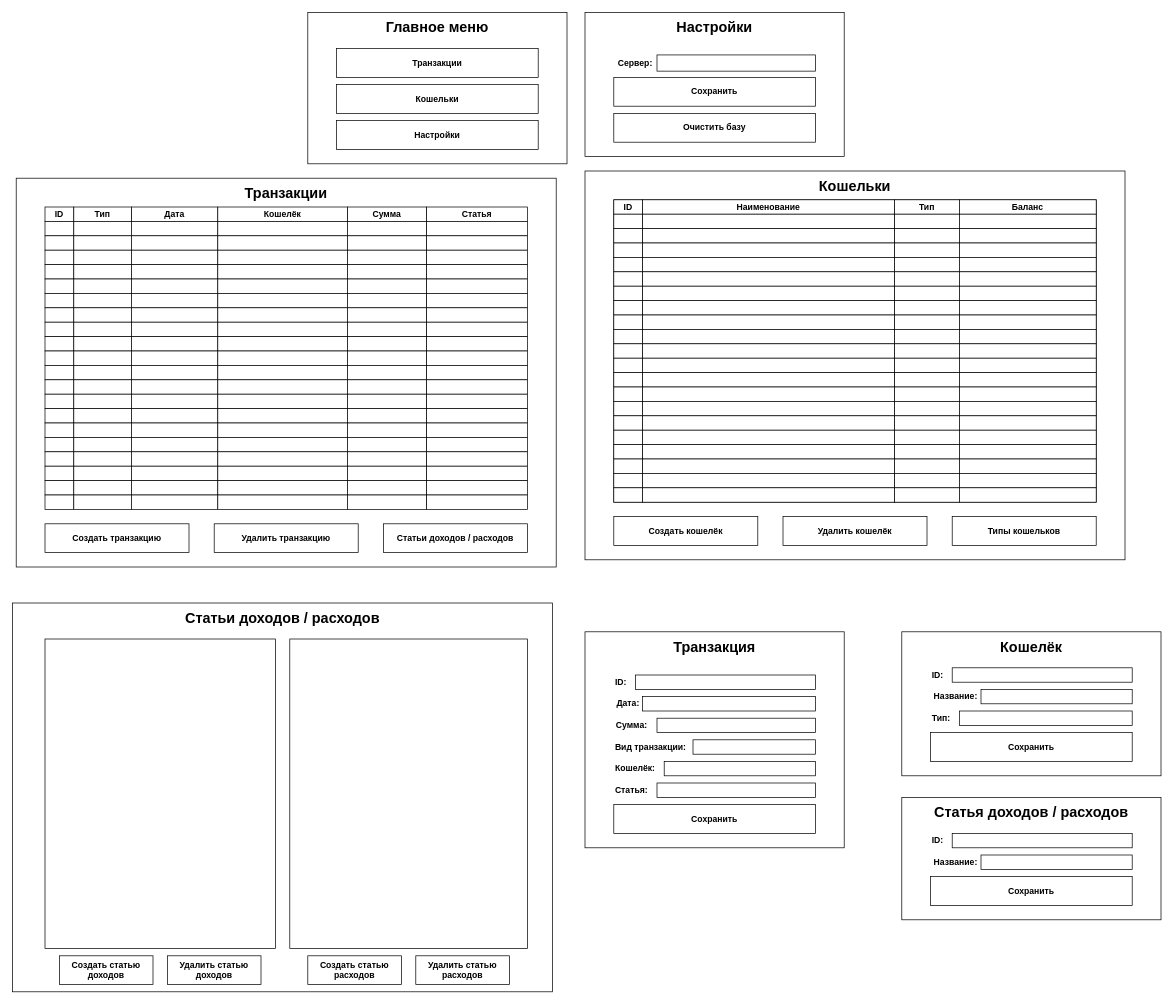
The draw.io diagram page "0.2" (2 of 2) of Other/Design.drawio in SalavatovNabiulla/MyMoney, before the edit. Source tidied: cells renumbered, new cells numbered last; positions are measured from the earlier drawing's top-left corner, leaving out a move shared by most shapes. Both pictures are drawn from the tidied source at 72%, with x=0, y=0 at pixel (12, 12).
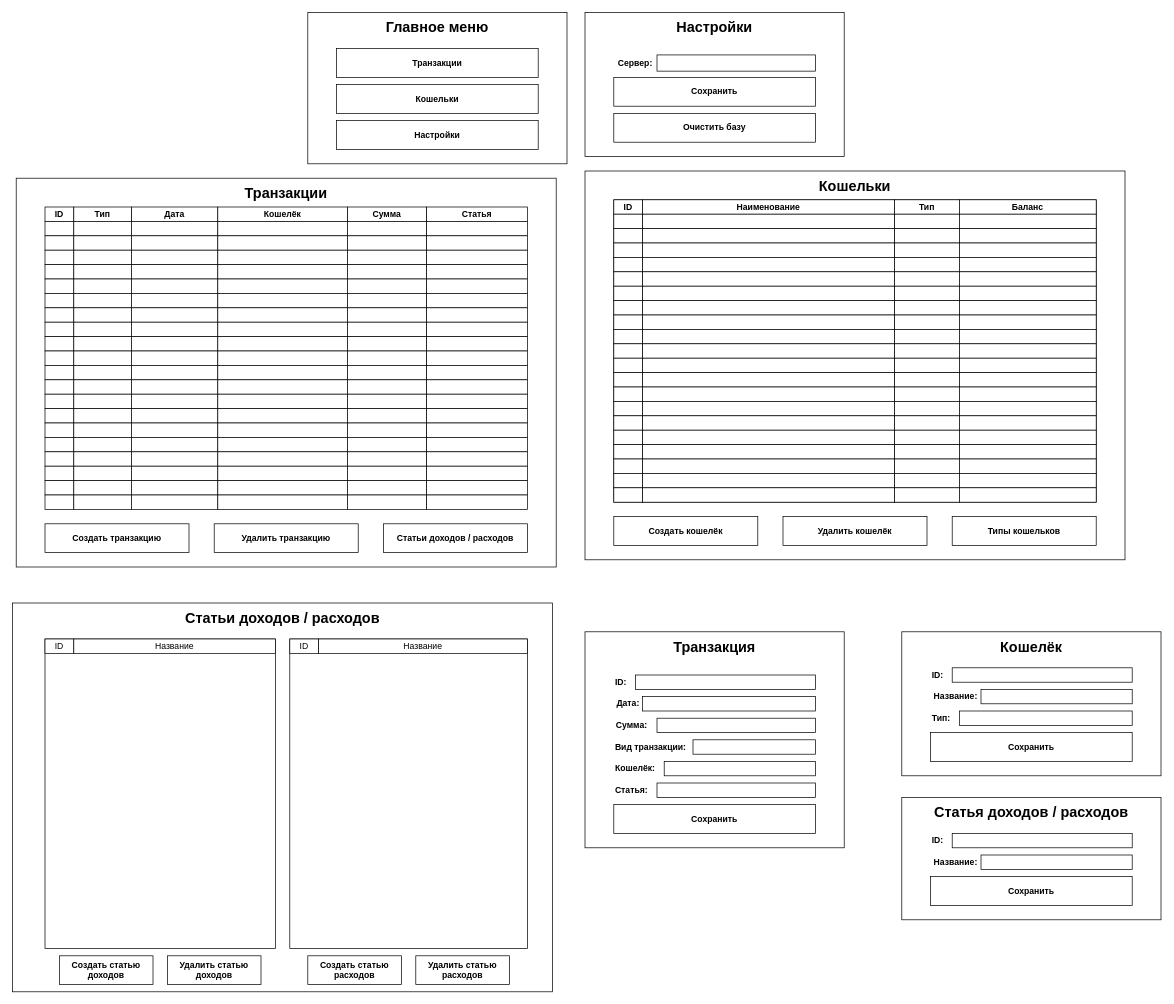
The same page after the edit.

Change to the diagram source:
```diff
@@
+    <mxCell id="273" value="ID" style="rounded=0;whiteSpace=wrap;html=1;" parent="1" vertex="1">
+      <mxGeometry x="45" y="870" width="40" height="20" as="geometry" />
+    </mxCell>
+    <mxCell id="274" value="Название" style="rounded=0;whiteSpace=wrap;html=1;" parent="1" vertex="1">
+      <mxGeometry x="85" y="870" width="280" height="20" as="geometry" />
+    </mxCell>
+    <mxCell id="275" value="ID" style="rounded=0;whiteSpace=wrap;html=1;" parent="1" vertex="1">
+      <mxGeometry x="385" y="870" width="40" height="20" as="geometry" />
+    </mxCell>
+    <mxCell id="276" value="Название" style="rounded=0;whiteSpace=wrap;html=1;" parent="1" vertex="1">
+      <mxGeometry x="425" y="870" width="290" height="20" as="geometry" />
+    </mxCell>
```
